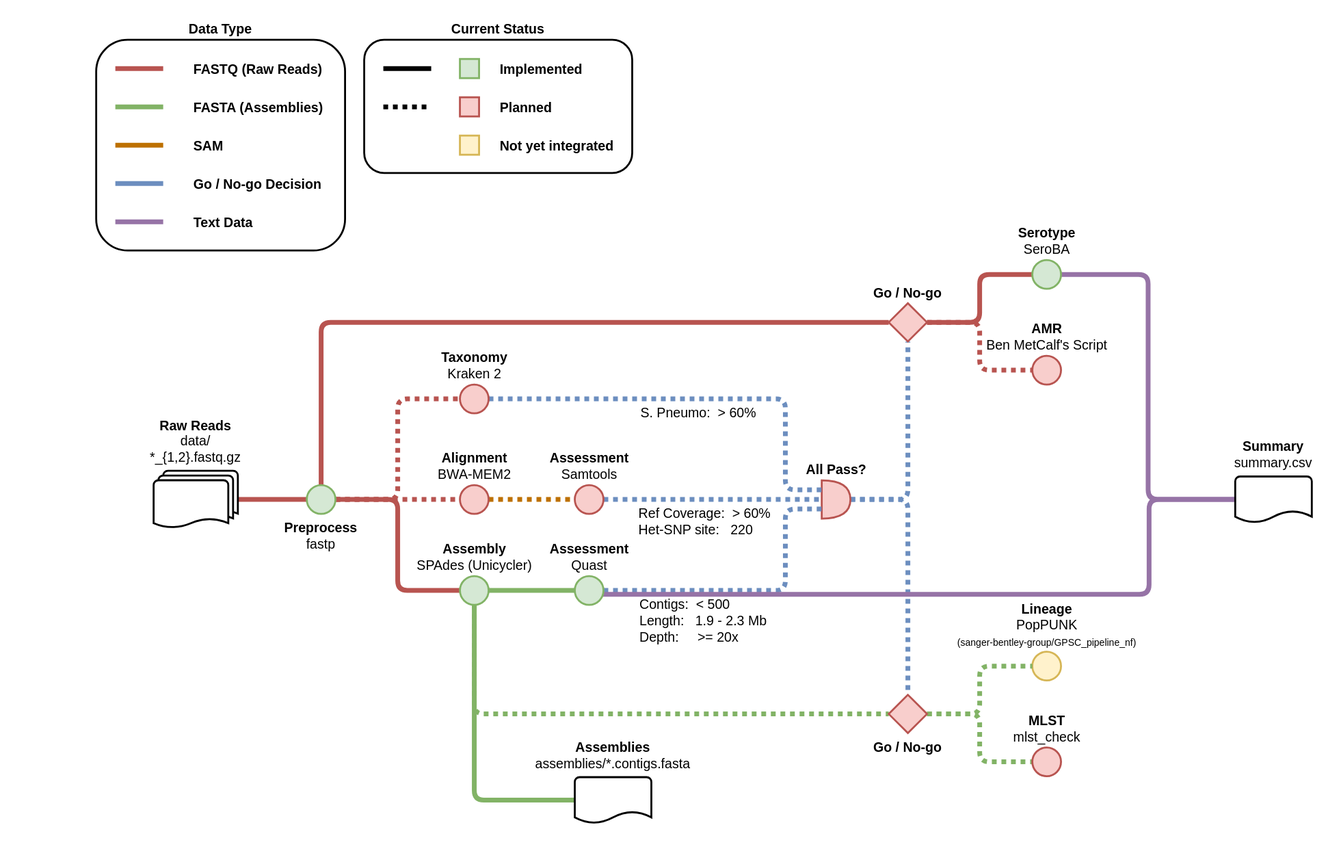
Before: doc/workflow.drawio.svg, a diagram exported from draw.io (sanger-bentley-group/gps-pipeline). Source tidied: cells renumbered, new cells last; positions are measured from the earlier drawing's top-left corner, leaving out a move shared by most shapes.
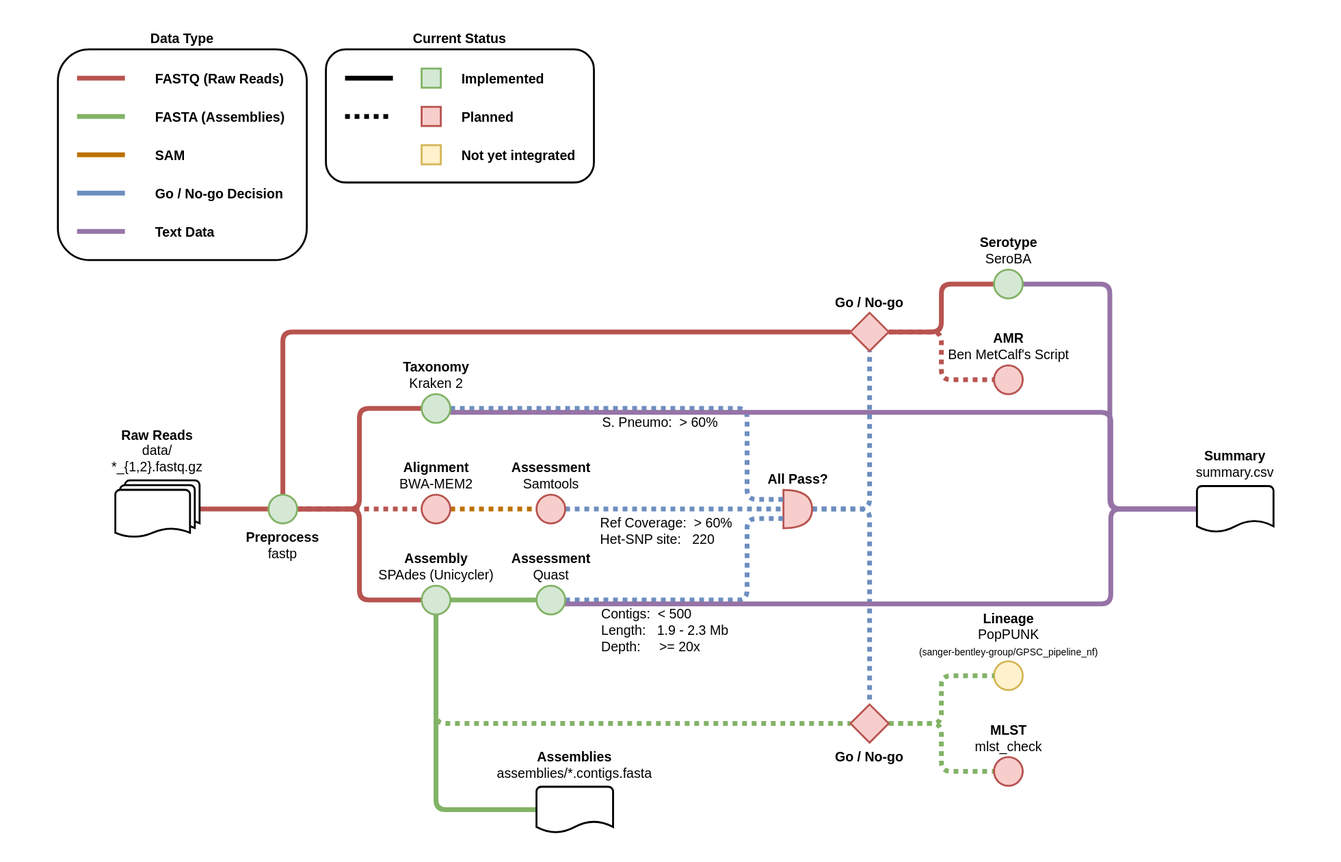
After the change.

Change to the diagram source:
```diff
@@ -3,7 +3,7 @@
     <mxCell id="0" />
     <mxCell id="1" parent="0" />
     <mxCell id="2" style="rounded=0;whiteSpace=wrap;html=1;strokeColor=none;fillColor=default;gradientColor=none;" parent="1" vertex="1">
-      <mxGeometry width="1400" height="899" as="geometry" />
+      <mxGeometry x="40" y="-10" width="1400" height="899" as="geometry" />
     </mxCell>
     <mxCell id="3" value="&lt;b style=&quot;font-size: 14px;&quot;&gt;Current Status&lt;/b&gt;" style="rounded=1;whiteSpace=wrap;html=1;strokeWidth=2;fillColor=none;labelPosition=center;verticalLabelPosition=top;align=center;verticalAlign=bottom;fontSize=14;" parent="1" vertex="1">
       <mxGeometry x="380" y="41" width="280" height="139" as="geometry" />
@@ -23,7 +23,7 @@
     <mxCell id="8" style="edgeStyle=orthogonalEdgeStyle;rounded=1;jettySize=auto;html=1;strokeWidth=5;startArrow=none;startFill=0;endArrow=none;endFill=0;fillColor=#f8cecc;strokeColor=#b85450;dashed=1;dashPattern=1 1;" parent="1" edge="1" source="39" target="17">
       <mxGeometry relative="1" as="geometry" />
     </mxCell>
-    <mxCell id="9" style="edgeStyle=orthogonalEdgeStyle;rounded=1;jettySize=auto;html=1;entryX=0;entryY=0.5;entryDx=0;entryDy=0;strokeWidth=5;startArrow=none;startFill=0;endArrow=none;endFill=0;fillColor=#f8cecc;strokeColor=#b85450;dashed=1;dashPattern=1 1;" parent="1" edge="1" source="39" target="23">
+    <mxCell id="9" style="edgeStyle=orthogonalEdgeStyle;rounded=1;jettySize=auto;html=1;entryX=0;entryY=0.5;entryDx=0;entryDy=0;strokeWidth=5;startArrow=none;startFill=0;endArrow=none;endFill=0;fillColor=#f8cecc;strokeColor=#b85450;" parent="1" edge="1" source="39" target="23">
       <mxGeometry relative="1" as="geometry" />
     </mxCell>
     <mxCell id="10" style="endArrow=none;html=1;rounded=1;strokeWidth=5;fillColor=#f8cecc;strokeColor=#b85450;" parent="1" edge="1">
@@ -81,7 +81,15 @@
         <mxPoint x="-50" y="-2" as="offset" />
       </mxGeometry>
     </mxCell>
+    <mxCell id="62" style="edgeStyle=orthogonalEdgeStyle;html=1;entryX=0;entryY=0.5;entryDx=0;entryDy=0;entryPerimeter=0;endArrow=none;endFill=0;fillColor=#e1d5e7;strokeColor=#9673a6;strokeWidth=5;" parent="1" edge="1" source="23" target="51">
+      <mxGeometry relative="1" as="geometry">
+        <Array as="points">
+          <mxPoint x="1200" y="420" />
+          <mxPoint x="1200" y="521" />
+        </Array>
+      </mxGeometry>
+    </mxCell>
-    <mxCell id="23" value="&lt;div style=&quot;font-size: 14px;&quot;&gt;&lt;b style=&quot;font-size: 14px;&quot;&gt;Taxonomy&lt;/b&gt;&lt;/div&gt;&lt;div style=&quot;font-size: 14px;&quot;&gt;Kraken 2&lt;/div&gt;" style="ellipse;html=1;strokeWidth=2;labelPosition=center;verticalLabelPosition=top;align=center;verticalAlign=bottom;fillColor=#f8cecc;strokeColor=#b85450;rounded=1;fontSize=14;" parent="1" vertex="1">
+    <mxCell id="23" value="&lt;div style=&quot;font-size: 14px;&quot;&gt;&lt;b style=&quot;font-size: 14px;&quot;&gt;Taxonomy&lt;/b&gt;&lt;/div&gt;&lt;div style=&quot;font-size: 14px;&quot;&gt;Kraken 2&lt;/div&gt;" style="ellipse;html=1;strokeWidth=2;labelPosition=center;verticalLabelPosition=top;align=center;verticalAlign=bottom;fillColor=#d5e8d4;strokeColor=#82b366;rounded=1;fontSize=14;" parent="1" vertex="1">
       <mxGeometry x="480" y="401" width="30" height="30" as="geometry" />
     </mxCell>
     <mxCell id="24" style="edgeStyle=orthogonalEdgeStyle;rounded=1;jettySize=auto;html=1;entryX=0;entryY=0.75;entryDx=0;entryDy=0;entryPerimeter=0;strokeWidth=5;startArrow=none;startFill=0;endArrow=none;endFill=0;startSize=20;fillColor=#dae8fc;strokeColor=#6c8ebf;dashed=1;dashPattern=1 1;" parent="1" edge="1" source="27" target="20">
```
